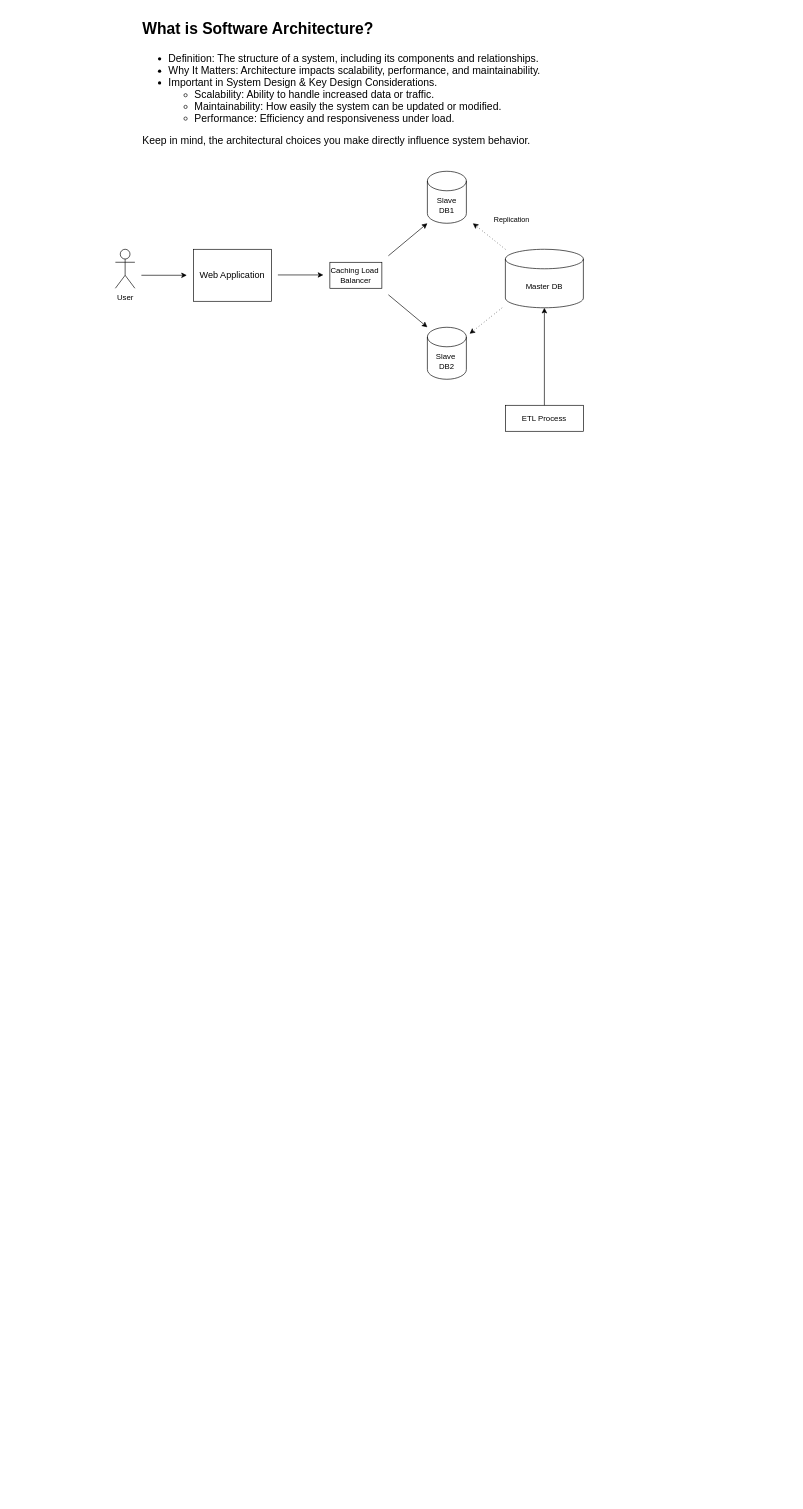
Above: Untitled Diagram.drawio in tyk1hc/drawio (draw.io), before the change. Source tidied: cells renumbered, new cells numbered last; positions are measured from the earlier drawing's top-left corner, leaving out a move shared by most shapes. Both pictures are drawn from the tidied source at 65%, with x=0, y=0 at pixel (115, 15).
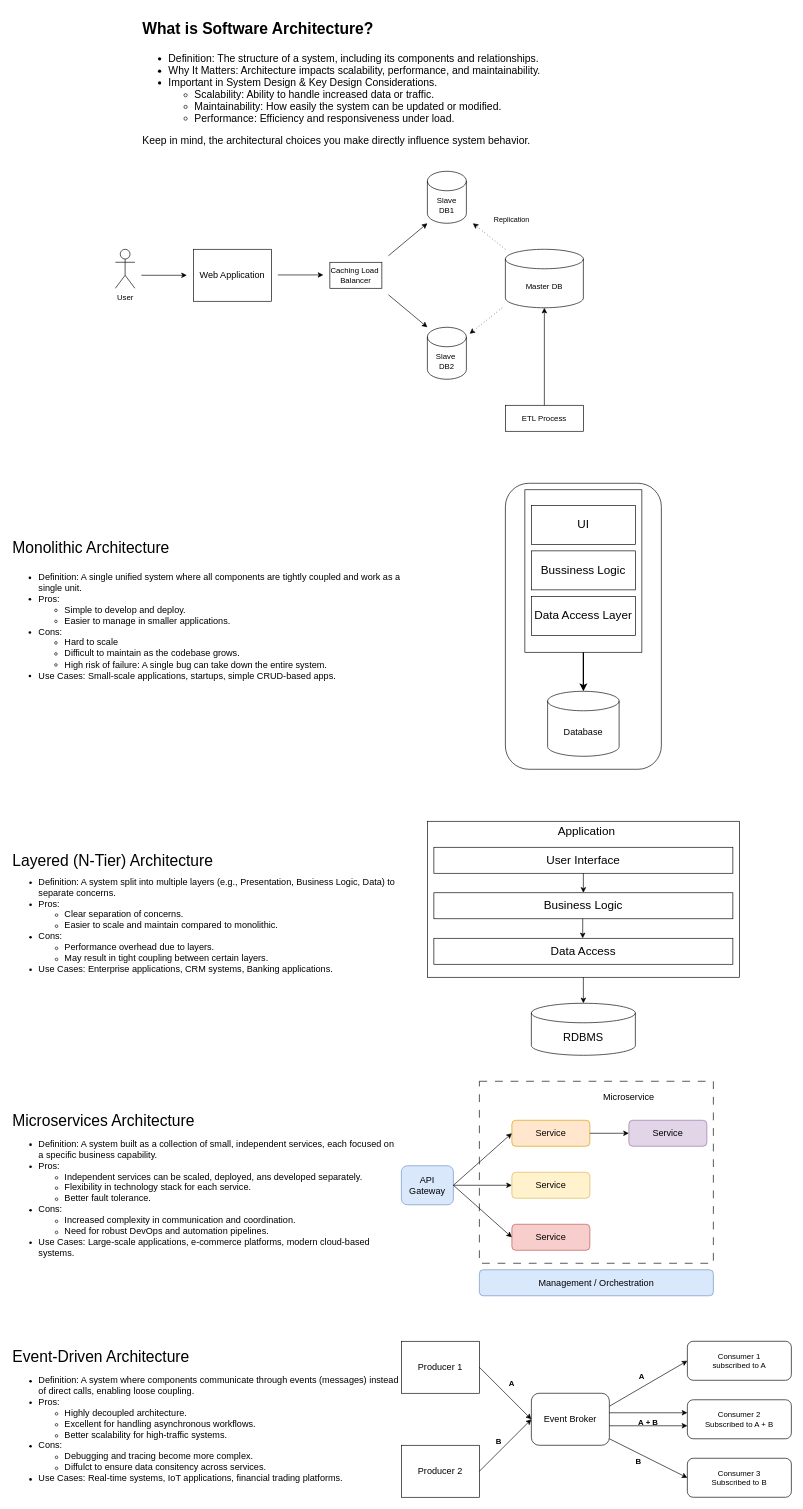
The same page after the edit.

Diff of the diagram source:
```diff
@@
+    <mxCell id="19" value="&lt;font style=&quot;font-size: 24px;&quot;&gt;Monolithic Architecture&amp;nbsp;&lt;/font&gt;" style="text;html=1;align=left;verticalAlign=middle;whiteSpace=wrap;rounded=0;fontSize=17;" parent="1" vertex="1">
+      <mxGeometry x="-160" y="800" width="600" height="40" as="geometry" />
+    </mxCell>
+    <mxCell id="20" value="&lt;ul&gt;&lt;li&gt;&lt;font&gt;Definition: A single unified system where all components are tightly coupled and work as a single unit.&lt;/font&gt;&lt;/li&gt;&lt;li&gt;&lt;font&gt;Pros:&lt;/font&gt;&lt;/li&gt;&lt;ul&gt;&lt;li&gt;&lt;font&gt;Simple to develop and deploy.&lt;/font&gt;&lt;/li&gt;&lt;li&gt;&lt;font&gt;Easier to manage in smaller applications.&lt;/font&gt;&lt;/li&gt;&lt;/ul&gt;&lt;li&gt;&lt;font&gt;Cons:&lt;/font&gt;&lt;/li&gt;&lt;ul&gt;&lt;li&gt;&lt;font&gt;Hard to scale&lt;/font&gt;&lt;/li&gt;&lt;li&gt;&lt;font&gt;Difficult to maintain as the codebase grows.&lt;/font&gt;&lt;/li&gt;&lt;li&gt;&lt;font&gt;High risk of failure: A single bug can take down the entire system.&lt;/font&gt;&lt;/li&gt;&lt;/ul&gt;&lt;li&gt;&lt;font&gt;Use Cases: Small-scale applications, startups, simple CRUD-based apps.&lt;/font&gt;&lt;/li&gt;&lt;/ul&gt;" style="text;html=1;align=left;verticalAlign=middle;whiteSpace=wrap;rounded=0;fontSize=14;" parent="1" vertex="1">
+      <mxGeometry x="-160" y="840" width="600" height="200" as="geometry" />
+    </mxCell>
+    <mxCell id="21" style="rounded=1;whiteSpace=wrap;html=1;" parent="1" vertex="1">
+      <mxGeometry x="600" y="720" width="240" height="440" as="geometry" />
+    </mxCell>
+    <mxCell id="22" value="&lt;font style=&quot;font-size: 14px;&quot;&gt;Database&lt;/font&gt;" style="shape=cylinder3;whiteSpace=wrap;html=1;boundedLbl=1;backgroundOutline=1;size=15;" parent="1" vertex="1">
+      <mxGeometry x="665" y="1040" width="110" height="100" as="geometry" />
+    </mxCell>
+    <mxCell id="23" style="rounded=0;whiteSpace=wrap;html=1;" parent="1" vertex="1">
+      <mxGeometry x="630" y="730" width="180" height="250" as="geometry" />
+    </mxCell>
+    <mxCell id="24" style="endArrow=classic;html=1;rounded=0;entryX=0.5;entryY=0;entryDx=0;entryDy=0;entryPerimeter=0;strokeWidth=2;" parent="1" edge="1" target="22">
+      <mxGeometry relative="1" as="geometry">
+        <mxPoint x="720" y="980" as="sourcePoint" />
+      </mxGeometry>
+    </mxCell>
+    <mxCell id="25" value="&lt;font style=&quot;font-size: 18px;&quot;&gt;UI&lt;/font&gt;" style="rounded=0;whiteSpace=wrap;html=1;" parent="1" vertex="1">
+      <mxGeometry x="640" y="754" width="160" height="60" as="geometry" />
+    </mxCell>
+    <mxCell id="26" value="&lt;font style=&quot;font-size: 18px;&quot;&gt;Bussiness Logic&lt;/font&gt;" style="rounded=0;whiteSpace=wrap;html=1;" parent="1" vertex="1">
+      <mxGeometry x="640" y="824" width="160" height="60" as="geometry" />
+    </mxCell>
+    <mxCell id="27" value="&lt;font style=&quot;font-size: 18px;&quot;&gt;Data Access Layer&lt;/font&gt;" style="rounded=0;whiteSpace=wrap;html=1;" parent="1" vertex="1">
+      <mxGeometry x="640" y="894" width="160" height="60" as="geometry" />
+    </mxCell>
+    <mxCell id="28" value="Layered (N-Tier) Architecture" style="text;whiteSpace=wrap;fontSize=24;" parent="1" vertex="1">
+      <mxGeometry x="-160" y="1280" width="600" height="40" as="geometry" />
+    </mxCell>
+    <mxCell id="29" value="&lt;ul&gt;&lt;li&gt;&lt;font style=&quot;font-size: 14px;&quot;&gt;Definition: A system split into multiple layers (e.g., Presentation, Business Logic, Data) to separate concerns.&lt;/font&gt;&lt;/li&gt;&lt;li&gt;&lt;font style=&quot;font-size: 14px;&quot;&gt;Pros:&lt;/font&gt;&lt;/li&gt;&lt;ul&gt;&lt;li&gt;&lt;font style=&quot;&quot;&gt;&lt;span style=&quot;font-size: 14px;&quot;&gt;Clear separation of concerns.&lt;/span&gt;&lt;/font&gt;&lt;/li&gt;&lt;li&gt;&lt;font style=&quot;&quot;&gt;&lt;span style=&quot;font-size: 14px;&quot;&gt;Easier to scale and maintain compared to monolithic.&lt;/span&gt;&lt;/font&gt;&lt;/li&gt;&lt;/ul&gt;&lt;li&gt;&lt;span style=&quot;font-size: 14px;&quot;&gt;Cons:&lt;/span&gt;&lt;/li&gt;&lt;ul&gt;&lt;li&gt;&lt;span style=&quot;font-size: 14px;&quot;&gt;Performance overhead due to layers.&lt;/span&gt;&lt;/li&gt;&lt;li&gt;&lt;span style=&quot;font-size: 14px;&quot;&gt;May result in tight coupling between certain layers.&lt;/span&gt;&lt;/li&gt;&lt;/ul&gt;&lt;li&gt;&lt;span style=&quot;font-size: 14px;&quot;&gt;Use Cases: Enterprise applications, CRM systems, Banking applications.&lt;/span&gt;&lt;/li&gt;&lt;/ul&gt;" style="text;html=1;align=left;verticalAlign=middle;whiteSpace=wrap;rounded=0;" parent="1" vertex="1">
+      <mxGeometry x="-160" y="1320" width="600" height="160" as="geometry" />
+    </mxCell>
+    <mxCell id="30" style="rounded=0;whiteSpace=wrap;html=1;" parent="1" vertex="1">
+      <mxGeometry x="480" y="1240" width="480" height="240" as="geometry" />
+    </mxCell>
+    <mxCell id="31" value="&lt;font style=&quot;font-size: 18px;&quot;&gt;Application&lt;/font&gt;" style="text;html=1;align=center;verticalAlign=middle;whiteSpace=wrap;rounded=0;" parent="1" vertex="1">
+      <mxGeometry x="650" y="1240" width="150" height="30" as="geometry" />
+    </mxCell>
+    <mxCell id="32" value="&lt;font style=&quot;font-size: 18px;&quot;&gt;User Interface&lt;/font&gt;" style="rounded=0;whiteSpace=wrap;html=1;" parent="1" vertex="1">
+      <mxGeometry x="490" y="1280" width="460" height="40" as="geometry" />
+    </mxCell>
+    <mxCell id="33" value="&lt;font style=&quot;font-size: 18px;&quot;&gt;Business Logic&lt;/font&gt;" style="rounded=0;whiteSpace=wrap;html=1;" parent="1" vertex="1">
+      <mxGeometry x="490" y="1350" width="460" height="40" as="geometry" />
+    </mxCell>
+    <mxCell id="34" value="&lt;font style=&quot;font-size: 18px;&quot;&gt;Data Access&lt;/font&gt;" style="rounded=0;whiteSpace=wrap;html=1;" parent="1" vertex="1">
+      <mxGeometry x="490" y="1420" width="460" height="40" as="geometry" />
+    </mxCell>
+    <mxCell id="35" style="endArrow=classic;html=1;rounded=0;entryX=0.5;entryY=0;entryDx=0;entryDy=0;" parent="1" edge="1" target="33">
+      <mxGeometry relative="1" as="geometry">
+        <mxPoint x="720" y="1320" as="sourcePoint" />
+      </mxGeometry>
+    </mxCell>
+    <mxCell id="36" style="endArrow=classic;html=1;rounded=0;entryX=0.5;entryY=0;entryDx=0;entryDy=0;" parent="1" edge="1">
+      <mxGeometry relative="1" as="geometry">
+        <mxPoint x="719" y="1390" as="sourcePoint" />
+        <mxPoint x="719" y="1420" as="targetPoint" />
+      </mxGeometry>
+    </mxCell>
+    <mxCell id="37" value="&lt;font style=&quot;font-size: 17px;&quot;&gt;RDBMS&lt;/font&gt;" style="shape=cylinder3;whiteSpace=wrap;html=1;boundedLbl=1;backgroundOutline=1;size=15;" parent="1" vertex="1">
+      <mxGeometry x="640" y="1520" width="160" height="80" as="geometry" />
+    </mxCell>
+    <mxCell id="38" style="endArrow=classic;html=1;rounded=0;entryX=0.5;entryY=0;entryDx=0;entryDy=0;entryPerimeter=0;" parent="1" edge="1" target="37">
+      <mxGeometry relative="1" as="geometry">
+        <mxPoint x="720" y="1480" as="sourcePoint" />
+      </mxGeometry>
+    </mxCell>
+    <mxCell id="39" value="Microservices Architecture" style="text;whiteSpace=wrap;fontSize=24;" parent="1" vertex="1">
+      <mxGeometry x="-160" y="1680" width="600" height="40" as="geometry" />
+    </mxCell>
+    <mxCell id="40" value="&lt;ul&gt;&lt;li&gt;&lt;font style=&quot;font-size: 14px;&quot;&gt;Definition: A system built as a collection of small, independent services, each focused on a specific business capability.&lt;/font&gt;&lt;/li&gt;&lt;li&gt;&lt;font style=&quot;font-size: 14px;&quot;&gt;Pros:&lt;/font&gt;&lt;/li&gt;&lt;ul&gt;&lt;li&gt;&lt;font style=&quot;&quot;&gt;&lt;span style=&quot;font-size: 14px;&quot;&gt;Independent services can be scaled, deployed, ans developed separately.&lt;/span&gt;&lt;/font&gt;&lt;/li&gt;&lt;li&gt;&lt;font style=&quot;&quot;&gt;&lt;span style=&quot;font-size: 14px;&quot;&gt;Flexibility in technology stack for each service.&lt;/span&gt;&lt;/font&gt;&lt;/li&gt;&lt;li&gt;&lt;font style=&quot;&quot;&gt;&lt;span style=&quot;font-size: 14px;&quot;&gt;Better fault tolerance.&lt;/span&gt;&lt;/font&gt;&lt;/li&gt;&lt;/ul&gt;&lt;li&gt;&lt;span style=&quot;font-size: 14px;&quot;&gt;Cons:&lt;/span&gt;&lt;/li&gt;&lt;ul&gt;&lt;li&gt;&lt;span style=&quot;font-size: 14px;&quot;&gt;Increased complexity in communication and coordination.&lt;/span&gt;&lt;/li&gt;&lt;li&gt;&lt;span style=&quot;font-size: 14px;&quot;&gt;Need for robust DevOps and automation pipelines.&lt;/span&gt;&lt;/li&gt;&lt;/ul&gt;&lt;li&gt;&lt;span style=&quot;font-size: 14px;&quot;&gt;Use Cases: Large-scale applications, e-commerce platforms, modern cloud-based systems.&lt;/span&gt;&lt;/li&gt;&lt;/ul&gt;" style="text;html=1;align=left;verticalAlign=middle;whiteSpace=wrap;rounded=0;" parent="1" vertex="1">
+      <mxGeometry x="-160" y="1720" width="600" height="200" as="geometry" />
+    </mxCell>
+    <mxCell id="41" style="rounded=0;whiteSpace=wrap;html=1;dashed=1;dashPattern=12 12;" parent="1" vertex="1">
+      <mxGeometry x="560" y="1640" width="360" height="280" as="geometry" />
+    </mxCell>
+    <mxCell id="42" value="&lt;font style=&quot;font-size: 14px;&quot;&gt;Microservice&lt;/font&gt;" style="text;html=1;align=center;verticalAlign=middle;whiteSpace=wrap;rounded=0;" parent="1" vertex="1">
+      <mxGeometry x="740" y="1650" width="100" height="30" as="geometry" />
+    </mxCell>
+    <mxCell id="43" value="&lt;font style=&quot;font-size: 14px;&quot;&gt;API&lt;/font&gt;&lt;div&gt;&lt;font style=&quot;font-size: 14px;&quot;&gt;Gateway&lt;/font&gt;&lt;/div&gt;" style="rounded=1;whiteSpace=wrap;html=1;fillColor=#dae8fc;strokeColor=#6c8ebf;" parent="1" vertex="1">
+      <mxGeometry x="440" y="1770" width="80" height="60" as="geometry" />
+    </mxCell>
+    <mxCell id="44" value="&lt;font style=&quot;font-size: 14px;&quot;&gt;Service&lt;/font&gt;" style="rounded=1;whiteSpace=wrap;html=1;fillColor=#ffe6cc;strokeColor=#d79b00;" parent="1" vertex="1">
+      <mxGeometry x="610" y="1700" width="120" height="40" as="geometry" />
+    </mxCell>
+    <mxCell id="45" value="&lt;font style=&quot;font-size: 14px;&quot;&gt;Service&lt;/font&gt;" style="rounded=1;whiteSpace=wrap;html=1;fillColor=#fff2cc;strokeColor=#d6b656;" parent="1" vertex="1">
+      <mxGeometry x="610" y="1780" width="120" height="40" as="geometry" />
+    </mxCell>
+    <mxCell id="46" value="&lt;font style=&quot;font-size: 14px;&quot;&gt;Service&lt;/font&gt;" style="rounded=1;whiteSpace=wrap;html=1;fillColor=#f8cecc;strokeColor=#b85450;" parent="1" vertex="1">
+      <mxGeometry x="610" y="1860" width="120" height="40" as="geometry" />
+    </mxCell>
+    <mxCell id="47" value="&lt;font style=&quot;font-size: 14px;&quot;&gt;Service&lt;/font&gt;" style="rounded=1;whiteSpace=wrap;html=1;fillColor=#e1d5e7;strokeColor=#9673a6;" parent="1" vertex="1">
+      <mxGeometry x="790" y="1700" width="120" height="40" as="geometry" />
+    </mxCell>
+    <mxCell id="48" value="&lt;font style=&quot;font-size: 14px;&quot;&gt;Management / Orchestration&lt;/font&gt;" style="rounded=1;whiteSpace=wrap;html=1;fillColor=#dae8fc;strokeColor=#6c8ebf;" parent="1" vertex="1">
+      <mxGeometry x="560" y="1930" width="360" height="40" as="geometry" />
+    </mxCell>
+    <mxCell id="49" style="endArrow=classic;html=1;rounded=0;entryX=0;entryY=0.5;entryDx=0;entryDy=0;exitX=1;exitY=0.5;exitDx=0;exitDy=0;" parent="1" edge="1" source="43" target="44">
+      <mxGeometry relative="1" as="geometry" />
+    </mxCell>
+    <mxCell id="50" style="endArrow=classic;html=1;rounded=0;entryX=0;entryY=0.5;entryDx=0;entryDy=0;exitX=1;exitY=0.5;exitDx=0;exitDy=0;" parent="1" edge="1" source="43" target="45">
+      <mxGeometry relative="1" as="geometry" />
+    </mxCell>
+    <mxCell id="51" style="endArrow=classic;html=1;rounded=0;exitX=1;exitY=0.5;exitDx=0;exitDy=0;entryX=0;entryY=0.5;entryDx=0;entryDy=0;" parent="1" edge="1" source="43" target="46">
+      <mxGeometry relative="1" as="geometry" />
+    </mxCell>
+    <mxCell id="52" style="endArrow=classic;html=1;rounded=0;entryX=0;entryY=0.5;entryDx=0;entryDy=0;" parent="1" edge="1" target="47">
+      <mxGeometry relative="1" as="geometry">
+        <mxPoint x="730" y="1720" as="sourcePoint" />
+      </mxGeometry>
+    </mxCell>
+    <mxCell id="53" value="&lt;font style=&quot;font-size: 24px;&quot;&gt;Event-Driven Architecture&lt;/font&gt;" style="text;html=1;align=left;verticalAlign=middle;whiteSpace=wrap;rounded=0;" parent="1" vertex="1">
+      <mxGeometry x="-160" y="2050" width="600" height="30" as="geometry" />
+    </mxCell>
+    <mxCell id="54" value="&lt;ul&gt;&lt;li&gt;&lt;font style=&quot;font-size: 14px;&quot;&gt;Definition: A system where components communicate through events (messages) instead of direct calls, enabling loose coupling.&lt;/font&gt;&lt;/li&gt;&lt;li&gt;&lt;span style=&quot;font-size: 14px;&quot;&gt;Pros:&lt;/span&gt;&lt;/li&gt;&lt;ul&gt;&lt;li&gt;&lt;span style=&quot;font-size: 14px;&quot;&gt;Highly decoupled architecture.&lt;/span&gt;&lt;/li&gt;&lt;li&gt;&lt;span style=&quot;font-size: 14px;&quot;&gt;Excellent for handling asynchronous workflows.&lt;/span&gt;&lt;/li&gt;&lt;li&gt;&lt;span style=&quot;font-size: 14px;&quot;&gt;Better scalability for high-traffic systems.&lt;/span&gt;&lt;/li&gt;&lt;/ul&gt;&lt;li&gt;&lt;span style=&quot;font-size: 14px;&quot;&gt;Cons:&lt;/span&gt;&lt;/li&gt;&lt;ul&gt;&lt;li&gt;&lt;span style=&quot;font-size: 14px;&quot;&gt;Debugging and tracing become more complex.&lt;/span&gt;&lt;/li&gt;&lt;li&gt;&lt;span style=&quot;font-size: 14px;&quot;&gt;Diffulct to ensure data consitency across services.&lt;/span&gt;&lt;/li&gt;&lt;/ul&gt;&lt;li&gt;&lt;span style=&quot;font-size: 14px;&quot;&gt;Use Cases: Real-time systems, IoT applications, financial trading platforms.&lt;/span&gt;&lt;/li&gt;&lt;/ul&gt;" style="text;html=1;align=left;verticalAlign=middle;whiteSpace=wrap;rounded=0;" parent="1" vertex="1">
+      <mxGeometry x="-160" y="2080" width="600" height="190" as="geometry" />
+    </mxCell>
+    <mxCell id="55" value="&lt;font style=&quot;font-size: 14px;&quot;&gt;Producer 1&lt;/font&gt;" style="rounded=0;whiteSpace=wrap;html=1;" parent="1" vertex="1">
+      <mxGeometry x="440" y="2040" width="120" height="80" as="geometry" />
+    </mxCell>
+    <mxCell id="56" value="&lt;font style=&quot;font-size: 14px;&quot;&gt;Producer 2&lt;/font&gt;" style="rounded=0;whiteSpace=wrap;html=1;" parent="1" vertex="1">
+      <mxGeometry x="440" y="2200" width="120" height="80" as="geometry" />
+    </mxCell>
+    <mxCell id="57" value="&lt;font style=&quot;font-size: 14px;&quot;&gt;Event Broker&lt;/font&gt;" style="rounded=1;whiteSpace=wrap;html=1;" parent="1" vertex="1">
+      <mxGeometry x="640" y="2120" width="120" height="80" as="geometry" />
+    </mxCell>
+    <mxCell id="58" style="endArrow=classic;html=1;rounded=0;entryX=0;entryY=0.5;entryDx=0;entryDy=0;" parent="1" edge="1" target="57">
+      <mxGeometry relative="1" as="geometry">
+        <mxPoint x="560" y="2080" as="sourcePoint" />
+      </mxGeometry>
+    </mxCell>
+    <mxCell id="59" style="endArrow=classic;html=1;rounded=0;entryX=0;entryY=0.5;entryDx=0;entryDy=0;" parent="1" edge="1" target="57">
+      <mxGeometry relative="1" as="geometry">
+        <mxPoint x="560" y="2240" as="sourcePoint" />
+      </mxGeometry>
+    </mxCell>
+    <mxCell id="60" value="Consumer 1&lt;br&gt;subscribed to A" style="rounded=1;whiteSpace=wrap;html=1;" parent="1" vertex="1">
+      <mxGeometry x="880" y="2040" width="160" height="60" as="geometry" />
+    </mxCell>
+    <mxCell id="61" value="Consumer 2&lt;br&gt;Subscribed to A + B" style="rounded=1;whiteSpace=wrap;html=1;" parent="1" vertex="1">
+      <mxGeometry x="880" y="2130" width="160" height="60" as="geometry" />
+    </mxCell>
+    <mxCell id="62" value="Consumer 3&lt;br&gt;Subscribed to B" style="rounded=1;whiteSpace=wrap;html=1;" parent="1" vertex="1">
+      <mxGeometry x="880" y="2220" width="160" height="60" as="geometry" />
+    </mxCell>
+    <mxCell id="63" value="&lt;b&gt;A&lt;/b&gt;" style="text;html=1;align=center;verticalAlign=middle;whiteSpace=wrap;rounded=0;" parent="1" vertex="1">
+      <mxGeometry x="580" y="2090" width="60" height="30" as="geometry" />
+    </mxCell>
+    <mxCell id="64" value="&lt;b&gt;B&lt;/b&gt;" style="text;html=1;align=center;verticalAlign=middle;whiteSpace=wrap;rounded=0;" parent="1" vertex="1">
+      <mxGeometry x="560" y="2180" width="60" height="30" as="geometry" />
+    </mxCell>
+    <mxCell id="65" style="endArrow=classic;html=1;rounded=0;entryX=0;entryY=0.5;entryDx=0;entryDy=0;exitX=1;exitY=0.25;exitDx=0;exitDy=0;" parent="1" edge="1" source="57" target="60">
+      <mxGeometry relative="1" as="geometry" />
+    </mxCell>
+    <mxCell id="66" value="&lt;b&gt;A&lt;/b&gt;" style="text;html=1;align=center;verticalAlign=middle;whiteSpace=wrap;rounded=0;" parent="1" vertex="1">
+      <mxGeometry x="780" y="2080" width="60" height="30" as="geometry" />
+    </mxCell>
+    <mxCell id="67" style="endArrow=classic;html=1;rounded=0;entryX=0;entryY=0.5;entryDx=0;entryDy=0;" parent="1" edge="1">
+      <mxGeometry relative="1" as="geometry">
+        <mxPoint x="760" y="2150" as="sourcePoint" />
+        <mxPoint x="880" y="2150" as="targetPoint" />
+      </mxGeometry>
+    </mxCell>
+    <mxCell id="68" style="endArrow=classic;html=1;rounded=0;entryX=0;entryY=0.5;entryDx=0;entryDy=0;" parent="1" edge="1">
+      <mxGeometry relative="1" as="geometry">
+        <mxPoint x="760" y="2170" as="sourcePoint" />
+        <mxPoint x="880" y="2170" as="targetPoint" />
+      </mxGeometry>
+    </mxCell>
+    <mxCell id="69" style="endArrow=classic;html=1;rounded=0;entryX=0;entryY=0.5;entryDx=0;entryDy=0;exitX=1;exitY=0.25;exitDx=0;exitDy=0;" parent="1" edge="1" target="62">
+      <mxGeometry relative="1" as="geometry">
+        <mxPoint x="760" y="2190" as="sourcePoint" />
+      </mxGeometry>
+    </mxCell>
+    <mxCell id="70" value="&lt;b&gt;B&lt;/b&gt;" style="text;html=1;align=center;verticalAlign=middle;whiteSpace=wrap;rounded=0;" parent="1" vertex="1">
+      <mxGeometry x="775" y="2210" width="60" height="30" as="geometry" />
+    </mxCell>
+    <mxCell id="71" value="&lt;b&gt;A + B&lt;/b&gt;" style="text;html=1;align=center;verticalAlign=middle;whiteSpace=wrap;rounded=0;" parent="1" vertex="1">
+      <mxGeometry x="790" y="2150" width="60" height="30" as="geometry" />
+    </mxCell>
```
